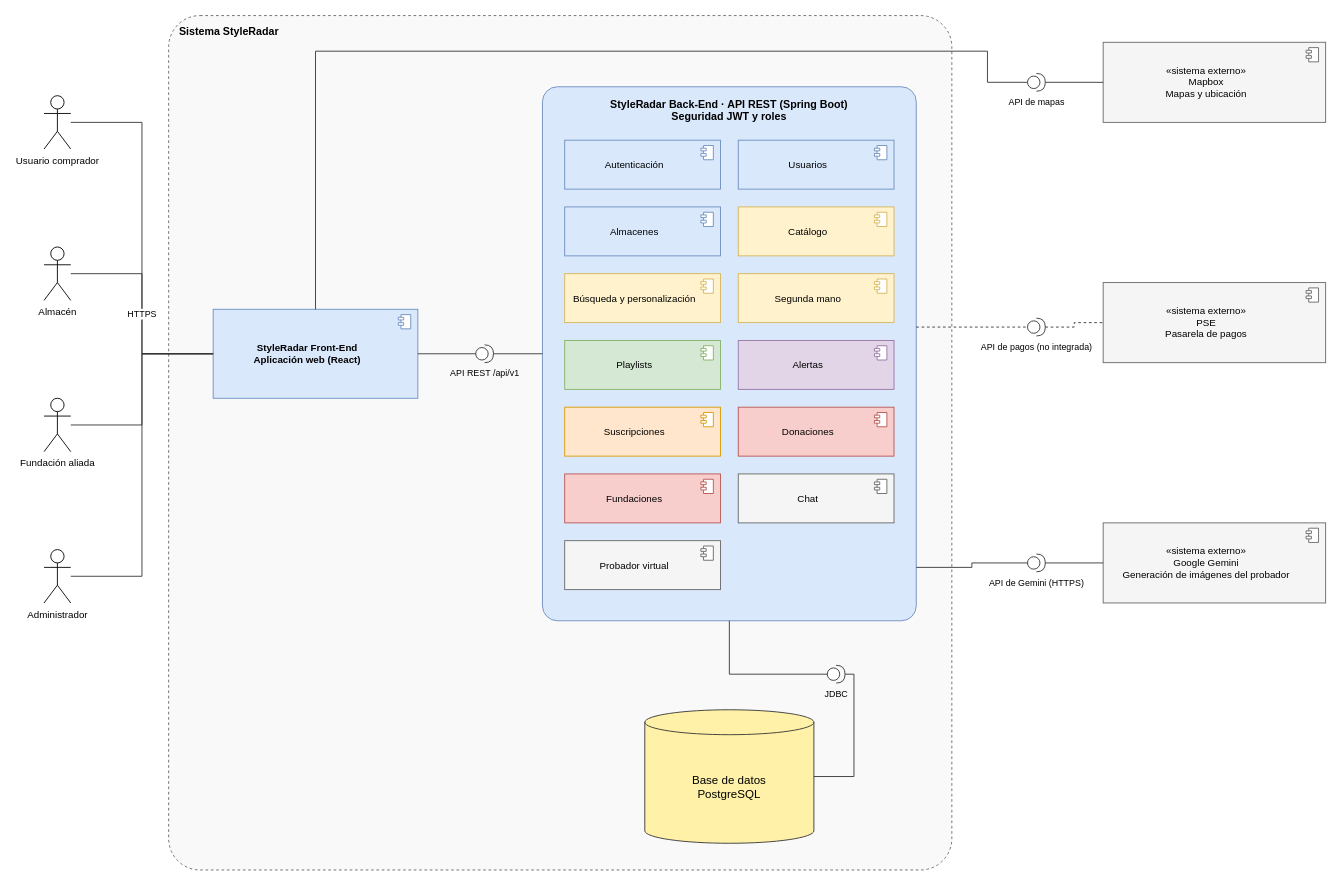
Before: style-radar/docs/uml/DiagramaComponentesGeneral.drawio in CatrachoINXS/StyleRadar-Backend, a draw.io diagram. Source tidied: cells renumbered, new cells numbered last; positions are measured from the earlier drawing's top-left corner, leaving out a move shared by most shapes. Both pictures are drawn from the tidied source at 89%, with x=0, y=0 at pixel (44, 15).
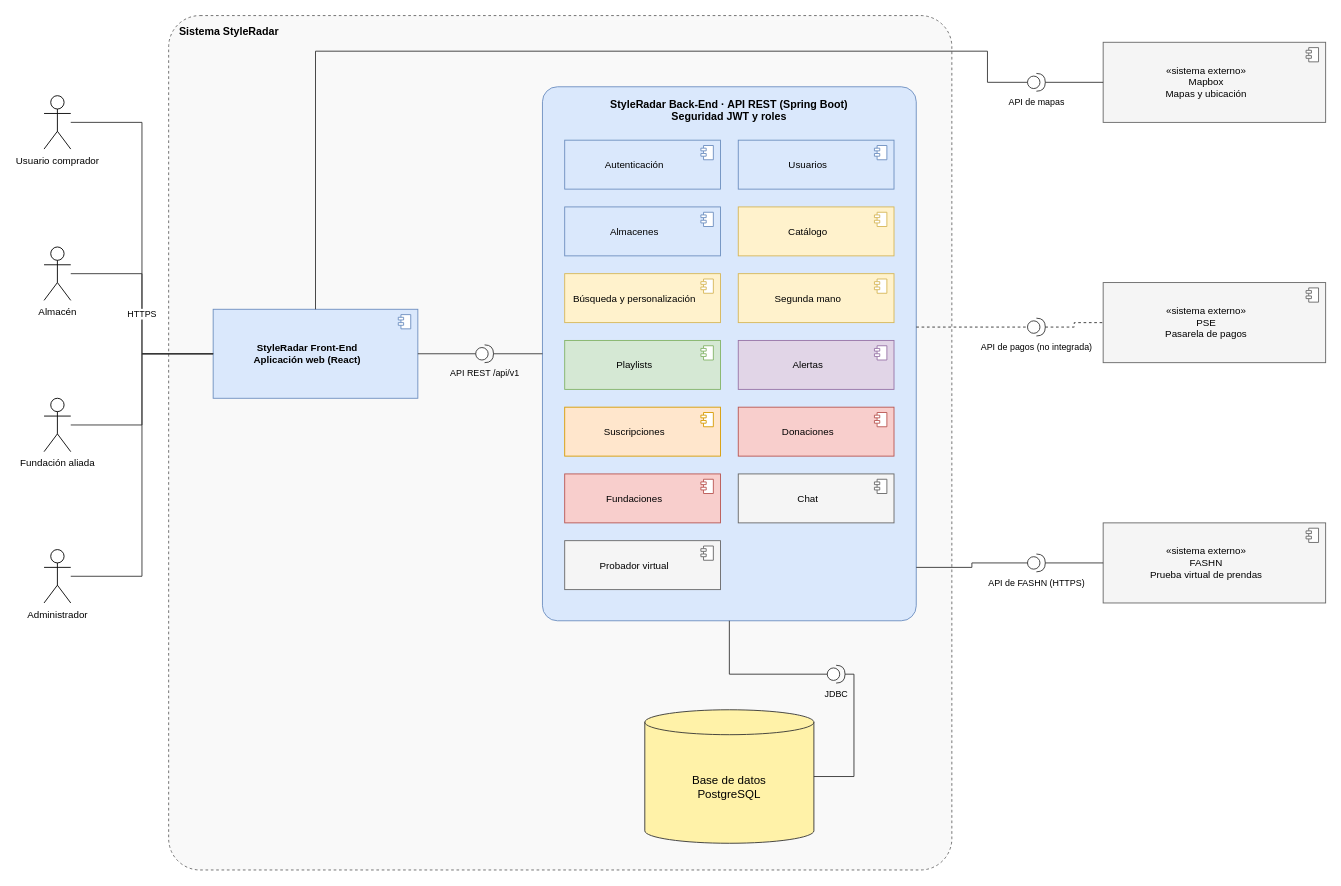
The same diagram, later.

Commit message (it also covers changes not shown here):
feat(probador): use FASHN as the virtual try-on engine

The edit, as a diff of the source:
```diff
@@
-    <mxCell id="41" value="«sistema externo»&lt;br&gt;Google Gemini&lt;br&gt;Generación de imágenes del probador" style="rounded=0;whiteSpace=wrap;html=1;fillColor=#f5f5f5;strokeColor=#666666;fontSize=11;spacingRight=18;" parent="1" vertex="1">
+    <mxCell id="41" value="«sistema externo»&lt;br&gt;FASHN&lt;br&gt;Prueba virtual de prendas" style="rounded=0;whiteSpace=wrap;html=1;fillColor=#f5f5f5;strokeColor=#666666;fontSize=11;spacingRight=18;" parent="1" vertex="1">
       <mxGeometry x="1190" y="570" width="250" height="90" as="geometry" />
     </mxCell>
@@
-    <mxCell id="47" value="API de Gemini (HTTPS)" style="shape=providedRequiredInterface;html=1;verticalLabelPosition=bottom;labelPosition=center;align=center;verticalAlign=top;fontSize=10;strokeColor=#333333;" parent="1" vertex="1">
+    <mxCell id="47" value="API de FASHN (HTTPS)" style="shape=providedRequiredInterface;html=1;verticalLabelPosition=bottom;labelPosition=center;align=center;verticalAlign=top;fontSize=10;strokeColor=#333333;" parent="1" vertex="1">
       <mxGeometry x="1105" y="605" width="20" height="20" as="geometry" />
     </mxCell>
```
